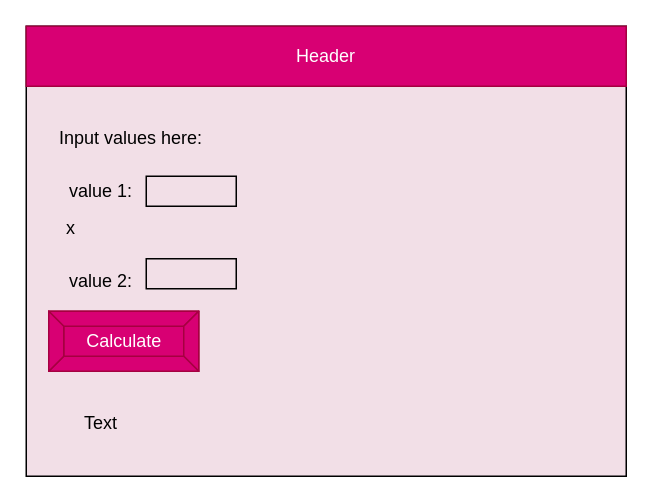
The draw.io diagram design/story-board.drawio in Liya-Getachew/ICS2O-Unit5-06-JS, before the edit. Source tidied: cells renumbered, new cells numbered last; positions are measured from the earlier drawing's top-left corner, leaving out a move shared by most shapes. Both pictures are drawn from the tidied source at 150%, with x=0, y=0 at pixel (26, 26).
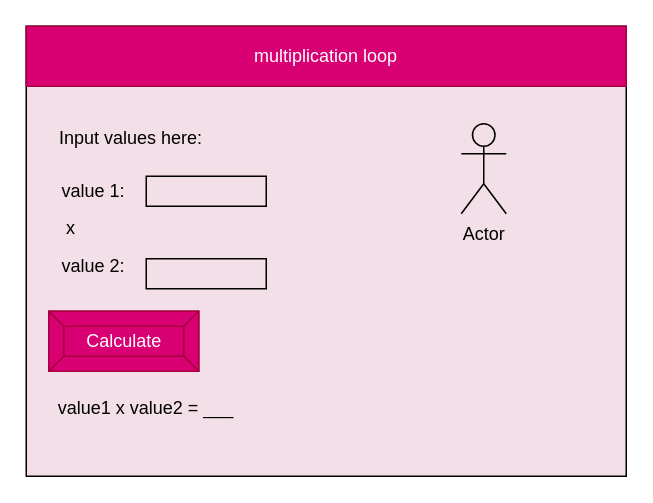
The same diagram, later.

Commit message (it also covers changes not shown here):
chart and board

The edit, as a diff of the source:
```diff
@@
 <mxGraphModel>
   <root>
     <mxCell id="0" />
     <mxCell id="1" parent="0" />
     <mxCell id="2" style="rounded=0;whiteSpace=wrap;html=1;fillColor=#F2DFE7;" parent="1" vertex="1">
       <mxGeometry width="400" height="300" as="geometry" />
     </mxCell>
-    <mxCell id="3" value="Header" style="rounded=0;whiteSpace=wrap;html=1;fillColor=#d80073;fontColor=#ffffff;strokeColor=#A50040;" parent="1" vertex="1">
+    <mxCell id="3" value="multiplication loop" style="rounded=0;whiteSpace=wrap;html=1;fillColor=#d80073;fontColor=#ffffff;strokeColor=#A50040;" parent="1" vertex="1">
       <mxGeometry width="400" height="40" as="geometry" />
     </mxCell>
     <mxCell id="4" value="Calculate" style="labelPosition=center;verticalLabelPosition=middle;align=center;html=1;shape=mxgraph.basic.button;dx=10;fillColor=#d80073;fontColor=#ffffff;strokeColor=#A50040;" parent="1" vertex="1">
       <mxGeometry x="15" y="190" width="100" height="40" as="geometry" />
     </mxCell>
     <mxCell id="5" value="&lt;font color=&quot;#000000&quot;&gt;Input values here:&lt;/font&gt;" style="text;html=1;strokeColor=none;fillColor=none;align=center;verticalAlign=middle;whiteSpace=wrap;rounded=0;" parent="1" vertex="1">
       <mxGeometry x="15" y="60" width="110" height="30" as="geometry" />
     </mxCell>
     <mxCell id="6" value="x" style="text;html=1;strokeColor=none;fillColor=none;align=center;verticalAlign=middle;whiteSpace=wrap;rounded=0;fontColor=#000000;" parent="1" vertex="1">
       <mxGeometry y="120" width="60" height="30" as="geometry" />
     </mxCell>
     <mxCell id="7" style="rounded=0;whiteSpace=wrap;html=1;fontColor=#000000;fillColor=#F2DFE7;strokeColor=#000000;" parent="1" vertex="1">
-      <mxGeometry x="80" y="100" width="60" height="20" as="geometry" />
+      <mxGeometry x="80" y="100" width="80" height="20" as="geometry" />
     </mxCell>
     <mxCell id="8" style="rounded=0;whiteSpace=wrap;html=1;fontColor=#000000;fillColor=#F2DFE7;strokeColor=#000000;" parent="1" vertex="1">
-      <mxGeometry x="80" y="155" width="60" height="20" as="geometry" />
+      <mxGeometry x="80" y="155" width="80" height="20" as="geometry" />
     </mxCell>
     <mxCell id="9" value="value 1:" style="text;html=1;strokeColor=none;fillColor=none;align=center;verticalAlign=middle;whiteSpace=wrap;rounded=0;fontColor=#000000;" parent="1" vertex="1">
-      <mxGeometry x="20" y="95" width="60" height="30" as="geometry" />
+      <mxGeometry x="15" y="95" width="60" height="30" as="geometry" />
     </mxCell>
     <mxCell id="10" value="value 2:" style="text;html=1;strokeColor=none;fillColor=none;align=center;verticalAlign=middle;whiteSpace=wrap;rounded=0;fontColor=#000000;" parent="1" vertex="1">
-      <mxGeometry x="20" y="155" width="60" height="30" as="geometry" />
+      <mxGeometry x="15" y="145" width="60" height="30" as="geometry" />
     </mxCell>
-    <mxCell id="11" value="Text" style="text;html=1;strokeColor=none;fillColor=none;align=center;verticalAlign=middle;whiteSpace=wrap;rounded=0;fontColor=#000000;" parent="1" vertex="1">
-      <mxGeometry x="20" y="250" width="60" height="30" as="geometry" />
+    <mxCell id="11" value="value1 x value2 = ___" style="text;html=1;strokeColor=none;fillColor=none;align=center;verticalAlign=middle;whiteSpace=wrap;rounded=0;fontColor=#000000;" parent="1" vertex="1">
+      <mxGeometry x="10" y="240" width="140" height="30" as="geometry" />
     </mxCell>
+    <mxCell id="12" value="Actor" style="shape=umlActor;verticalLabelPosition=bottom;verticalAlign=top;html=1;strokeColor=#000000;fillColor=none;fontColor=#000000;" parent="1" vertex="1">
+      <mxGeometry x="290" y="65" width="30" height="60" as="geometry" />
+    </mxCell>
   </root>
 </mxGraphModel>
```
